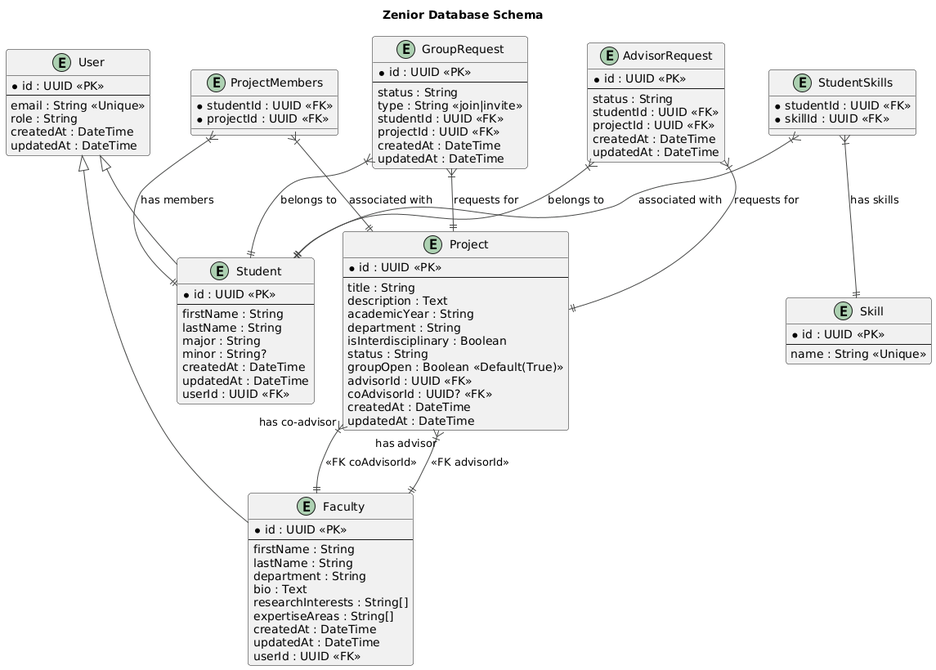
Above: diagrams/images/schema/Schema.png in CSEN-SCU/csen-174-f24-project-zenior (PlantUML), before the change.
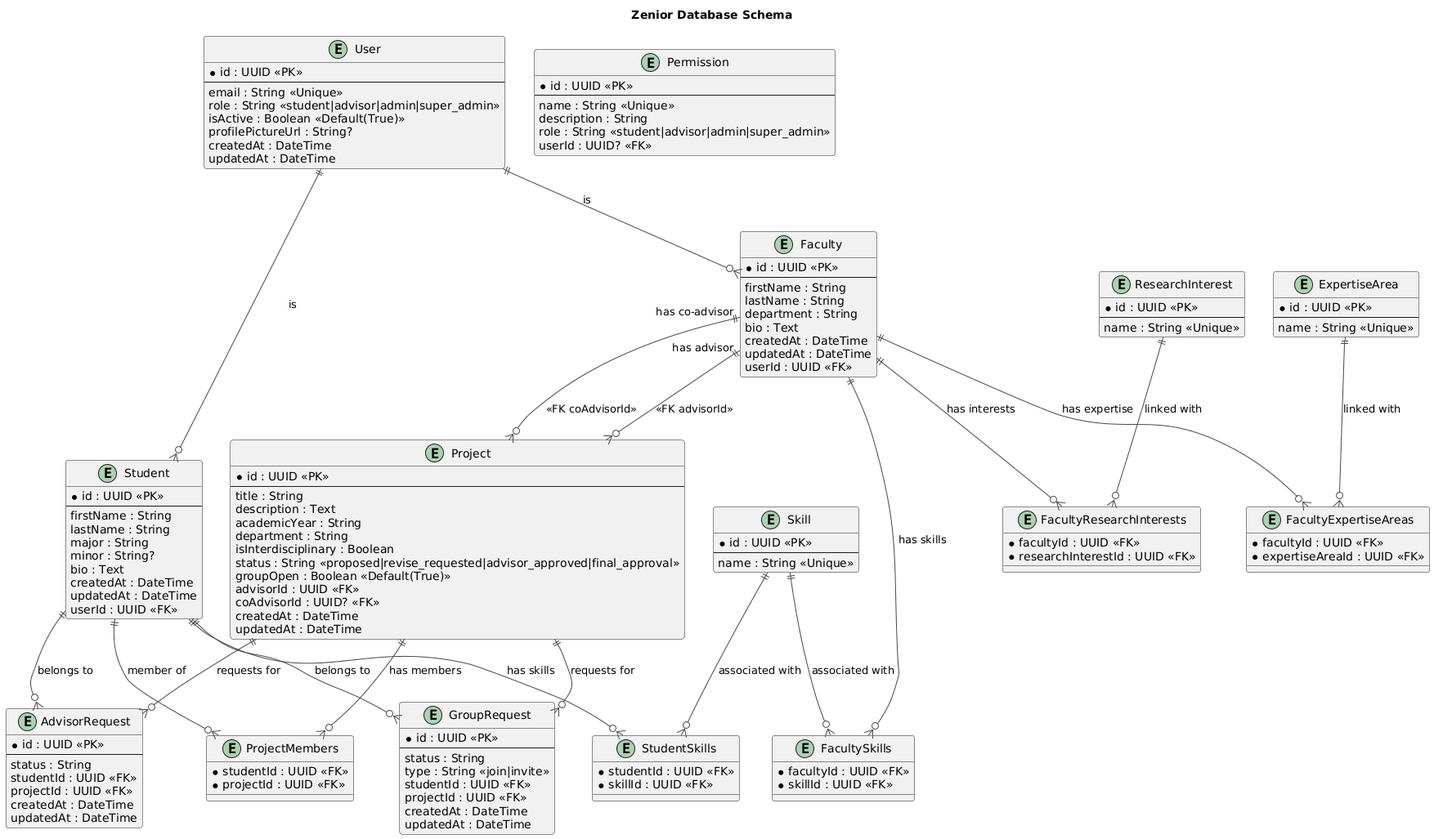
After the commit.

Change to the diagram source:
```diff
@@ -1,12 +1,15 @@
 @startuml
 !theme vibrant
 title Zenior Database Schema
+
 
 entity User {
   * id : UUID <<PK>>
   --
   email : String <<Unique>>
-  role : String
+  role : String <<student|advisor|admin|super_admin>>
+  isActive : Boolean <<Default(True)>>
+  profilePictureUrl : String?
   createdAt : DateTime
   updatedAt : DateTime
 }
@@ -18,6 +21,7 @@
   lastName : String
   major : String
   minor : String?
+  bio : Text
   createdAt : DateTime
   updatedAt : DateTime
   userId : UUID <<FK>>
@@ -30,8 +34,6 @@
   lastName : String
   department : String
   bio : Text
-  researchInterests : String[]
-  expertiseAreas : String[]
   createdAt : DateTime
   updatedAt : DateTime
   userId : UUID <<FK>>
@@ -45,7 +47,7 @@
   academicYear : String
   department : String
   isInterdisciplinary : Boolean
-  status : String
+  status : String <<proposed|revise_requested|advisor_approved|final_approval>>
   groupOpen : Boolean <<Default(True)>>
   advisorId : UUID <<FK>>
   coAdvisorId : UUID? <<FK>>
@@ -57,6 +59,15 @@
   * id : UUID <<PK>>
   --
   name : String <<Unique>>
+}
+
+entity Permission {
+  * id : UUID <<PK>>
+  --
+  name : String <<Unique>>
+  description : String
+  role : String <<student|advisor|admin|super_admin>>
+  userId : UUID? <<FK>>
 }
 
 entity AdvisorRequest {
@@ -90,17 +101,57 @@
   * skillId : UUID <<FK>>
 }
 
-User <|-- Student
-User <|-- Faculty
+entity FacultySkills {
+  * facultyId : UUID <<FK>>
+  * skillId : UUID <<FK>>
+}
 
-StudentSkills }|--|| Skill : "has skills"
-StudentSkills }|--|| Student : "associated with"
-ProjectMembers }|--|| Student : "has members"
-ProjectMembers }|--|| Project : "associated with"
-AdvisorRequest }|--|| Student : "belongs to"
-AdvisorRequest }|--|| Project : "requests for"
-GroupRequest }|--|| Student : "belongs to"
-GroupRequest }|--|| Project : "requests for"
-Project }|--|| Faculty : "has advisor" <<FK advisorId>>
-Project }|--|| Faculty : "has co-advisor" <<FK coAdvisorId>>
+entity ResearchInterest {
+  * id : UUID <<PK>>
+  --
+  name : String <<Unique>>
+}
+
+entity ExpertiseArea {
+  * id : UUID <<PK>>
+  --
+  name : String <<Unique>>
+}
+
+entity FacultyResearchInterests {
+  * facultyId : UUID <<FK>>
+  * researchInterestId : UUID <<FK>>
+}
+
+entity FacultyExpertiseAreas {
+  * facultyId : UUID <<FK>>
+  * expertiseAreaId : UUID <<FK>>
+}
+
+
+User ||--o{ Student : "is"
+User ||--o{ Faculty : "is"
+
+Skill ||--o{ StudentSkills : "associated with"
+Student ||--o{ StudentSkills : "has skills"
+Skill ||--o{ FacultySkills : "associated with"
+Faculty ||--o{ FacultySkills : "has skills"
+
+Student ||--o{ ProjectMembers : "member of"
+Project ||--o{ ProjectMembers : "has members"
+
+Student ||--o{ AdvisorRequest : "belongs to"
+Project ||--o{ AdvisorRequest : "requests for"
+
+Student ||--o{ GroupRequest : "belongs to"
+Project ||--o{ GroupRequest : "requests for"
+
+Faculty ||--o{ Project : "has advisor" <<FK advisorId>>
+Faculty ||--o{ Project : "has co-advisor" <<FK coAdvisorId>>
+
+Faculty ||--o{ FacultyResearchInterests : "has interests"
+ResearchInterest ||--o{ FacultyResearchInterests : "linked with"
+
+Faculty ||--o{ FacultyExpertiseAreas : "has expertise"
+ExpertiseArea ||--o{ FacultyExpertiseAreas : "linked with"
 @enduml
```
